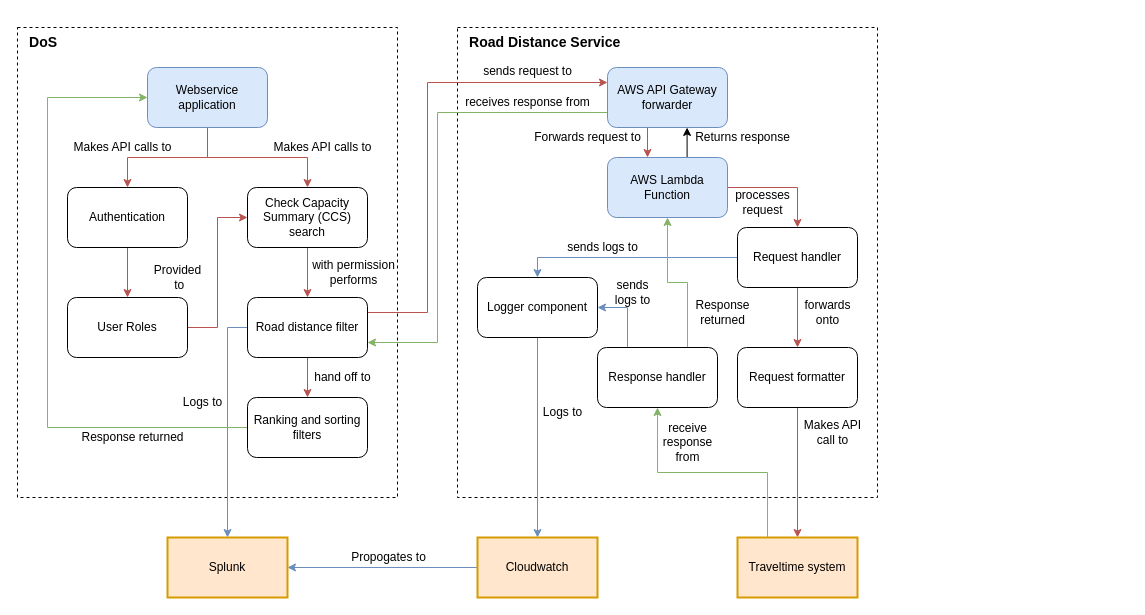
The draw.io diagram documentation/diagrams/phase_1/Road Distance Pilot - 3 Components.drawio in nhsd-exeter/dos-road-distance, before the edit. Source tidied: cells renumbered, new cells numbered last; positions are measured from the earlier drawing's top-left corner, leaving out a move shared by most shapes. Both pictures are drawn from the tidied source at 100%, with x=0, y=0 at pixel (17, 17).
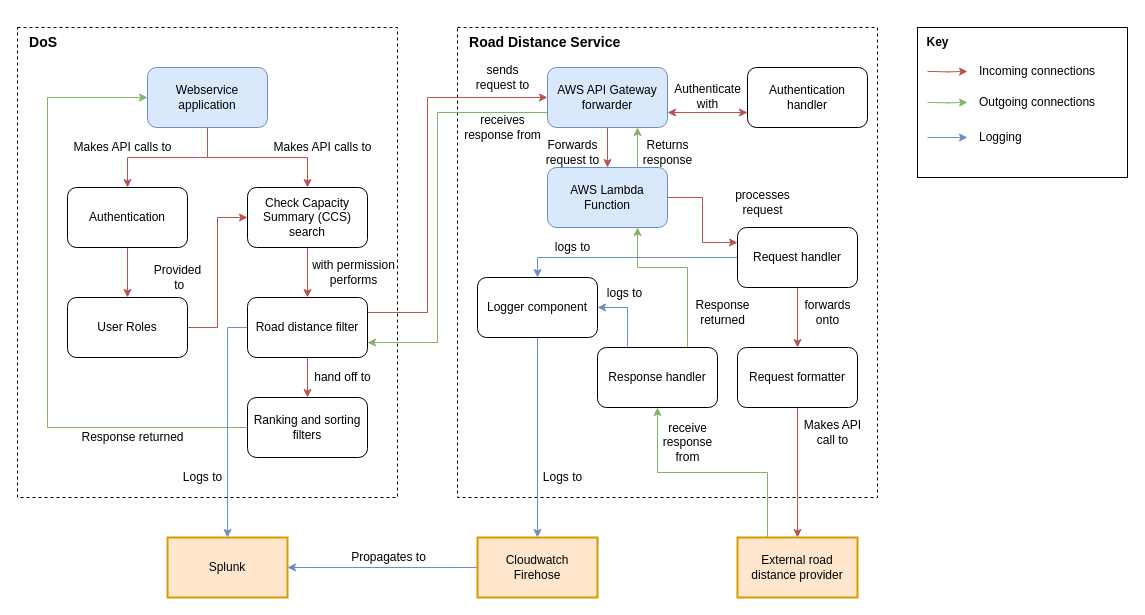
The same page after the edit.

Commit message (it also covers changes not shown here):
DSF-76 Updates to L2 and L3 diagrams

Unchanged cells that the change refers to:
```xml
<mxCell id="16" value="Road distance filter" style="rounded=1;whiteSpace=wrap;html=1;" parent="1" vertex="1">
  <mxGeometry x="230" y="280" width="120" height="60" as="geometry" />
</mxCell>
<mxCell id="26" value="Request handler" style="rounded=1;whiteSpace=wrap;html=1;" parent="1" vertex="1">
  <mxGeometry x="720" y="210" width="120" height="60" as="geometry" />
</mxCell>
<mxCell id="29" value="Response handler" style="rounded=1;whiteSpace=wrap;html=1;" parent="1" vertex="1">
  <mxGeometry x="580" y="330" width="120" height="60" as="geometry" />
</mxCell>
```

Diff of the diagram source:
```diff
@@
-    <mxCell id="14" style="edgeStyle=orthogonalEdgeStyle;rounded=0;jettySize=auto;html=1;entryX=0;entryY=0.25;entryDx=0;entryDy=0;exitX=1;exitY=0.25;exitDx=0;exitDy=0;fillColor=#f8cecc;strokeColor=#b85450;" parent="1" edge="1" source="16" target="19">
+    <mxCell id="14" style="edgeStyle=orthogonalEdgeStyle;rounded=0;jettySize=auto;html=1;entryX=0;entryY=0.5;entryDx=0;entryDy=0;exitX=1;exitY=0.25;exitDx=0;exitDy=0;fillColor=#f8cecc;strokeColor=#b85450;" parent="1" edge="1" source="16" target="19">
       <mxGeometry relative="1" as="geometry">
         <Array as="points">
           <mxPoint x="410" y="295" />
-          <mxPoint x="410" y="65" />
+          <mxPoint x="410" y="80" />
         </Array>
       </mxGeometry>
     </mxCell>
@@
-    <mxCell id="17" style="edgeStyle=orthogonalEdgeStyle;rounded=0;orthogonalLoop=1;jettySize=auto;html=1;entryX=0.75;entryY=0;entryDx=0;entryDy=0;endArrow=classic;endFill=1;exitX=0.75;exitY=1;exitDx=0;exitDy=0;fillColor=#f8cecc;strokeColor=#b85450;" parent="1" edge="1">
-      <mxGeometry relative="1" as="geometry">
-        <mxPoint x="630" y="110" as="sourcePoint" />
-        <mxPoint x="630" y="140" as="targetPoint" />
-      </mxGeometry>
+    <mxCell id="17" style="edgeStyle=orthogonalEdgeStyle;rounded=0;jettySize=auto;html=1;entryX=0.5;entryY=0;entryDx=0;entryDy=0;endArrow=classic;endFill=1;exitX=0.5;exitY=1;exitDx=0;exitDy=0;fillColor=#f8cecc;strokeColor=#b85450;" parent="1" edge="1" source="19" target="22">
+      <mxGeometry relative="1" as="geometry" />
     </mxCell>
@@
+    <mxCell id="62" style="edgeStyle=orthogonalEdgeStyle;rounded=0;jettySize=auto;html=1;entryX=0;entryY=0.75;entryDx=0;entryDy=0;endArrow=classic;endFill=1;exitX=1;exitY=0.75;exitDx=0;exitDy=0;startArrow=classic;startFill=1;fillColor=#f8cecc;strokeColor=#b85450;" parent="1" edge="1" source="19" target="71">
+      <mxGeometry relative="1" as="geometry" />
+    </mxCell>
     <mxCell id="19" value="AWS API Gateway forwarder" style="rounded=1;whiteSpace=wrap;html=1;fillColor=#dae8fc;strokeColor=#6c8ebf;" parent="1" vertex="1">
-      <mxGeometry x="590" y="50" width="120" height="60" as="geometry" />
+      <mxGeometry x="530" y="50" width="120" height="60" as="geometry" />
     </mxCell>
-    <mxCell id="20" style="edgeStyle=orthogonalEdgeStyle;rounded=0;jettySize=auto;html=1;fillColor=#f8cecc;strokeColor=#b85450;" parent="1" edge="1" source="22" target="26">
+    <mxCell id="20" style="edgeStyle=orthogonalEdgeStyle;rounded=0;jettySize=auto;html=1;fillColor=#f8cecc;strokeColor=#b85450;entryX=0;entryY=0.25;entryDx=0;entryDy=0;" parent="1" edge="1" source="22" target="26">
       <mxGeometry relative="1" as="geometry" />
     </mxCell>
-    <mxCell id="21" style="edgeStyle=orthogonalEdgeStyle;rounded=0;orthogonalLoop=1;jettySize=auto;html=1;entryX=0.25;entryY=1;entryDx=0;entryDy=0;endArrow=classic;endFill=1;exitX=0.25;exitY=0;exitDx=0;exitDy=0;" parent="1" edge="1">
-      <mxGeometry relative="1" as="geometry">
-        <mxPoint x="669.6" y="140" as="sourcePoint" />
-        <mxPoint x="669.6" y="110" as="targetPoint" />
-      </mxGeometry>
+    <mxCell id="21" style="edgeStyle=orthogonalEdgeStyle;rounded=0;jettySize=auto;html=1;entryX=0.75;entryY=1;entryDx=0;entryDy=0;endArrow=classic;endFill=1;exitX=0.75;exitY=0;exitDx=0;exitDy=0;fillColor=#d5e8d4;strokeColor=#82b366;" parent="1" edge="1" source="22" target="19">
+      <mxGeometry relative="1" as="geometry" />
     </mxCell>
     <mxCell id="22" value="AWS Lambda Function" style="rounded=1;whiteSpace=wrap;html=1;fillColor=#dae8fc;strokeColor=#6c8ebf;" parent="1" vertex="1">
-      <mxGeometry x="590" y="140" width="120" height="60" as="geometry" />
+      <mxGeometry x="530" y="150" width="120" height="60" as="geometry" />
     </mxCell>
@@
-    <mxCell id="28" style="edgeStyle=orthogonalEdgeStyle;rounded=0;jettySize=auto;html=1;endArrow=classic;endFill=1;exitX=0.75;exitY=0;exitDx=0;exitDy=0;entryX=0.5;entryY=1;entryDx=0;entryDy=0;fillColor=#d5e8d4;strokeColor=#82b366;" parent="1" edge="1" source="29" target="22">
-      <mxGeometry relative="1" as="geometry" />
+    <mxCell id="28" style="edgeStyle=orthogonalEdgeStyle;rounded=0;jettySize=auto;html=1;endArrow=classic;endFill=1;exitX=0.75;exitY=0;exitDx=0;exitDy=0;entryX=0.75;entryY=1;entryDx=0;entryDy=0;fillColor=#d5e8d4;strokeColor=#82b366;" parent="1" edge="1" source="29" target="22">
+      <mxGeometry relative="1" as="geometry">
+        <Array as="points">
+          <mxPoint x="670" y="250" />
+          <mxPoint x="620" y="250" />
+        </Array>
+      </mxGeometry>
     </mxCell>
@@
-    <mxCell id="38" value="sends request to" style="text;html=1;align=center;verticalAlign=middle;strokeColor=none;" parent="1" vertex="1">
-      <mxGeometry x="460" y="44" width="100" height="20" as="geometry" />
+    <mxCell id="38" value="sends &lt;br&gt;request to" style="text;html=1;align=center;verticalAlign=middle;strokeColor=none;" parent="1" vertex="1">
+      <mxGeometry x="450" y="45" width="70" height="30" as="geometry" />
     </mxCell>
-    <mxCell id="39" value="sends &lt;br&gt;logs to" style="text;html=1;align=center;verticalAlign=middle;strokeColor=none;" parent="1" vertex="1">
-      <mxGeometry x="590" y="260" width="50" height="30" as="geometry" />
+    <mxCell id="39" value="logs to" style="text;html=1;align=center;verticalAlign=middle;strokeColor=none;" parent="1" vertex="1">
+      <mxGeometry x="582" y="266" width="50" height="20" as="geometry" />
     </mxCell>
-    <mxCell id="40" value="Forwards request to" style="text;html=1;align=center;verticalAlign=middle;strokeColor=none;" parent="1" vertex="1">
-      <mxGeometry x="510" y="110" width="120" height="20" as="geometry" />
+    <mxCell id="40" value="Forwards &lt;br&gt;request to" style="text;html=1;align=center;verticalAlign=middle;strokeColor=none;" parent="1" vertex="1">
+      <mxGeometry x="520" y="120" width="70" height="30" as="geometry" />
     </mxCell>
@@
     <mxCell id="42" value="Logs to" style="text;html=1;align=center;verticalAlign=middle;strokeColor=none;" parent="1" vertex="1">
-      <mxGeometry x="520" y="385" width="50" height="20" as="geometry" />
+      <mxGeometry x="520" y="450" width="50" height="20" as="geometry" />
     </mxCell>
@@
-    <mxCell id="44" value="Traveltime system" style="rounded=0;whiteSpace=wrap;html=1;fillColor=#ffe6cc;strokeColor=#d79b00;strokeWidth=2;" parent="1" vertex="1">
+    <mxCell id="44" value="External road distance provider" style="rounded=0;whiteSpace=wrap;html=1;fillColor=#ffe6cc;strokeColor=#d79b00;strokeWidth=2;" parent="1" vertex="1">
       <mxGeometry x="720" y="520" width="120" height="60" as="geometry" />
     </mxCell>
@@
-    <mxCell id="48" value="Cloudwatch" style="rounded=0;whiteSpace=wrap;html=1;fillColor=#ffe6cc;strokeColor=#d79b00;strokeWidth=2;" parent="1" vertex="1">
+    <mxCell id="48" value="Cloudwatch&lt;br&gt;Firehose" style="rounded=0;whiteSpace=wrap;html=1;fillColor=#ffe6cc;strokeColor=#d79b00;strokeWidth=2;" parent="1" vertex="1">
       <mxGeometry x="460" y="520" width="120" height="60" as="geometry" />
     </mxCell>
@@
-    <mxCell id="51" value="sends logs to" style="text;html=1;align=center;verticalAlign=middle;strokeColor=none;" parent="1" vertex="1">
-      <mxGeometry x="540" y="220" width="90" height="20" as="geometry" />
+    <mxCell id="51" value="logs to" style="text;html=1;align=center;verticalAlign=middle;strokeColor=none;" parent="1" vertex="1">
+      <mxGeometry x="530" y="220" width="50" height="20" as="geometry" />
     </mxCell>
@@
     <mxCell id="56" value="Logs to" style="text;html=1;align=center;verticalAlign=middle;strokeColor=none;" parent="1" vertex="1">
-      <mxGeometry x="160" y="375" width="50" height="20" as="geometry" />
+      <mxGeometry x="160" y="450" width="50" height="20" as="geometry" />
     </mxCell>
-    <mxCell id="57" value="Propogates to" style="text;html=1;align=center;verticalAlign=middle;strokeColor=none;" parent="1" vertex="1">
+    <mxCell id="57" value="Propagates to" style="text;html=1;align=center;verticalAlign=middle;strokeColor=none;" parent="1" vertex="1">
       <mxGeometry x="326" y="530" width="90" height="20" as="geometry" />
     </mxCell>
@@
-    <mxCell id="59" value="Returns response" style="text;html=1;align=center;verticalAlign=middle;strokeColor=none;" parent="1" vertex="1">
-      <mxGeometry x="670" y="110" width="110" height="20" as="geometry" />
+    <mxCell id="59" value="Returns &lt;br&gt;response" style="text;html=1;align=center;verticalAlign=middle;strokeColor=none;" parent="1" vertex="1">
+      <mxGeometry x="620" y="120" width="60" height="30" as="geometry" />
     </mxCell>
-    <mxCell id="60" value="receives response from" style="text;html=1;align=center;verticalAlign=middle;strokeColor=none;" parent="1" vertex="1">
-      <mxGeometry x="440" y="75" width="140" height="20" as="geometry" />
+    <mxCell id="60" value="receives &lt;br&gt;response from" style="text;html=1;align=center;verticalAlign=middle;strokeColor=none;" parent="1" vertex="1">
+      <mxGeometry x="440" y="95" width="90" height="30" as="geometry" />
     </mxCell>
@@
+    <mxCell id="63" style="rounded=0;whiteSpace=wrap;html=1;align=left;" parent="1" vertex="1">
+      <mxGeometry x="900" y="10" width="210" height="150" as="geometry" />
+    </mxCell>
+    <mxCell id="64" value="&lt;b&gt;Key&lt;/b&gt;" style="text;html=1;align=center;verticalAlign=middle;strokeColor=none;fillColor=none;" parent="1" vertex="1">
+      <mxGeometry x="900" y="15" width="40" height="20" as="geometry" />
+    </mxCell>
+    <mxCell id="65" style="edgeStyle=orthogonalEdgeStyle;rounded=0;orthogonalLoop=1;jettySize=auto;html=1;endArrow=classic;endFill=1;exitX=0.75;exitY=1;exitDx=0;exitDy=0;fillColor=#f8cecc;strokeColor=#b85450;" parent="1" edge="1">
+      <mxGeometry relative="1" as="geometry">
+        <mxPoint x="910" y="53.9" as="sourcePoint" />
+        <mxPoint x="950" y="53.9" as="targetPoint" />
+      </mxGeometry>
+    </mxCell>
+    <mxCell id="66" style="edgeStyle=orthogonalEdgeStyle;rounded=0;orthogonalLoop=1;jettySize=auto;html=1;endArrow=classic;endFill=1;exitX=0.75;exitY=1;exitDx=0;exitDy=0;fillColor=#d5e8d4;strokeColor=#82b366;" parent="1" edge="1">
+      <mxGeometry relative="1" as="geometry">
+        <mxPoint x="910" y="84.9" as="sourcePoint" />
+        <mxPoint x="950" y="84.9" as="targetPoint" />
+      </mxGeometry>
+    </mxCell>
+    <mxCell id="67" style="edgeStyle=orthogonalEdgeStyle;rounded=0;orthogonalLoop=1;jettySize=auto;html=1;endArrow=classic;endFill=1;exitX=0.75;exitY=1;exitDx=0;exitDy=0;fillColor=#dae8fc;strokeColor=#6c8ebf;" parent="1" edge="1">
+      <mxGeometry relative="1" as="geometry">
+        <mxPoint x="910" y="120" as="sourcePoint" />
+        <mxPoint x="950" y="120" as="targetPoint" />
+        <Array as="points">
+          <mxPoint x="940" y="120.2" />
+          <mxPoint x="940" y="120.2" />
+        </Array>
+      </mxGeometry>
+    </mxCell>
+    <mxCell id="68" value="Incoming connections" style="text;html=1;align=left;verticalAlign=middle;strokeColor=none;fillColor=none;" parent="1" vertex="1">
+      <mxGeometry x="960" y="44" width="130" height="20" as="geometry" />
+    </mxCell>
+    <mxCell id="69" value="Outgoing connections" style="text;html=1;align=left;verticalAlign=middle;strokeColor=none;fillColor=none;" parent="1" vertex="1">
+      <mxGeometry x="960" y="75" width="130" height="20" as="geometry" />
+    </mxCell>
+    <mxCell id="70" value="Logging" style="text;html=1;align=left;verticalAlign=middle;strokeColor=none;fillColor=none;" parent="1" vertex="1">
+      <mxGeometry x="960" y="110" width="60" height="20" as="geometry" />
+    </mxCell>
+    <mxCell id="71" value="Authentication handler" style="rounded=1;whiteSpace=wrap;html=1;" parent="1" vertex="1">
+      <mxGeometry x="730" y="50" width="120" height="60" as="geometry" />
+    </mxCell>
+    <mxCell id="72" value="Authenticate &lt;br&gt;with" style="text;html=1;align=center;verticalAlign=middle;strokeColor=none;fillColor=none;" parent="1" vertex="1">
+      <mxGeometry x="650" y="64" width="80" height="30" as="geometry" />
+    </mxCell>
```
